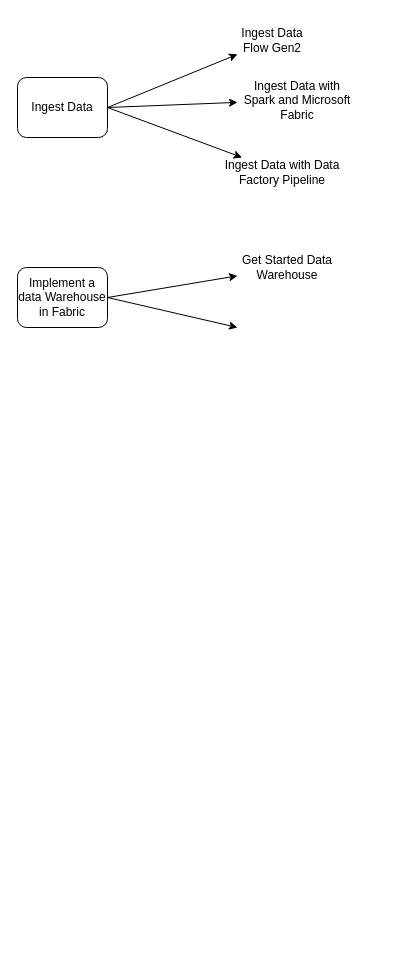
The draw.io diagram page "Microsoft Fabric Exam Flow" (5 of 19) of Microsoft Fabric.drawio in MiftahRizky/miftahr, before the edit. Source tidied: cells renumbered, new cells numbered last; positions are measured from the earlier drawing's top-left corner, leaving out a move shared by most shapes. Both pictures are drawn from the tidied source at 100%, with x=0, y=0 at pixel (17, 17).
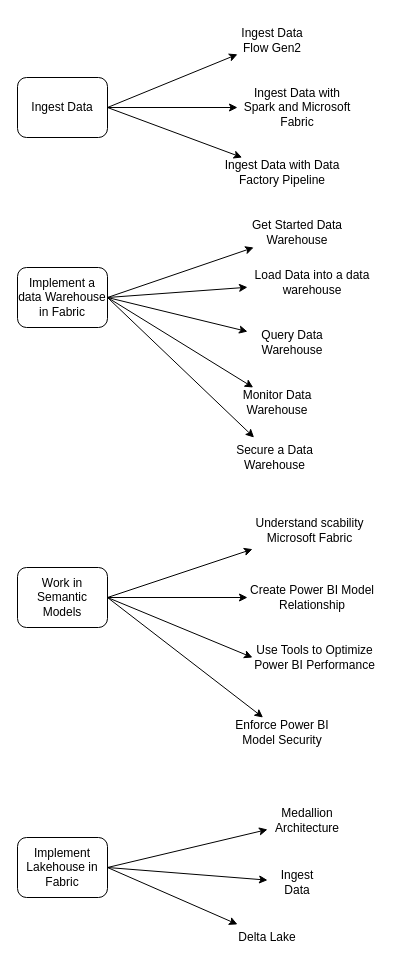
The same page after the edit.

The change refers to these unchanged cells:
```xml
<mxCell id="9" value="Implement a data Warehouse in Fabric" style="rounded=1;whiteSpace=wrap;html=1;" parent="1" vertex="1">
  <mxGeometry y="250" width="90" height="60" as="geometry" />
</mxCell>
```

Change to the diagram source:
```diff
@@
     <mxCell id="6" value="Ingest Data with Spark and Microsoft Fabric" style="text;html=1;align=center;verticalAlign=middle;whiteSpace=wrap;rounded=0;" parent="1" vertex="1">
-      <mxGeometry x="220" y="60" width="120" height="45" as="geometry" />
+      <mxGeometry x="220" y="67.5" width="120" height="45" as="geometry" />
     </mxCell>
@@
     <mxCell id="11" value="Get Started Data Warehouse" style="text;html=1;align=center;verticalAlign=middle;whiteSpace=wrap;rounded=0;" parent="1" vertex="1">
-      <mxGeometry x="220" y="235" width="100" height="30" as="geometry" />
+      <mxGeometry x="230" y="200" width="100" height="30" as="geometry" />
     </mxCell>
-    <mxCell id="12" style="endArrow=classic;html=1;rounded=0;exitX=1;exitY=0.5;exitDx=0;exitDy=0;" parent="1" edge="1" source="9">
-      <mxGeometry relative="1" as="geometry">
-        <mxPoint x="220" y="310" as="targetPoint" />
-      </mxGeometry>
+    <mxCell id="12" style="endArrow=classic;html=1;rounded=0;exitX=1;exitY=0.5;exitDx=0;exitDy=0;" parent="1" edge="1" source="9" target="13">
+      <mxGeometry relative="1" as="geometry" />
     </mxCell>
+    <mxCell id="13" value="Load Data into a data warehouse" style="text;html=1;align=center;verticalAlign=middle;whiteSpace=wrap;rounded=0;" parent="1" vertex="1">
+      <mxGeometry x="230" y="250" width="130" height="30" as="geometry" />
+    </mxCell>
+    <mxCell id="14" style="endArrow=classic;html=1;rounded=0;exitX=1;exitY=0.5;exitDx=0;exitDy=0;" parent="1" edge="1" source="9" target="15">
+      <mxGeometry relative="1" as="geometry" />
+    </mxCell>
+    <mxCell id="15" value="Query Data Warehouse" style="text;html=1;align=center;verticalAlign=middle;whiteSpace=wrap;rounded=0;" parent="1" vertex="1">
+      <mxGeometry x="230" y="310" width="90" height="30" as="geometry" />
+    </mxCell>
+    <mxCell id="16" style="endArrow=classic;html=1;rounded=0;exitX=1;exitY=0.5;exitDx=0;exitDy=0;" parent="1" edge="1" source="9" target="17">
+      <mxGeometry relative="1" as="geometry" />
+    </mxCell>
+    <mxCell id="17" value="Monitor Data Warehouse" style="text;html=1;align=center;verticalAlign=middle;whiteSpace=wrap;rounded=0;" parent="1" vertex="1">
+      <mxGeometry x="210" y="370" width="100" height="30" as="geometry" />
+    </mxCell>
+    <mxCell id="18" style="endArrow=classic;html=1;rounded=0;exitX=1;exitY=0.5;exitDx=0;exitDy=0;" parent="1" edge="1" source="9" target="19">
+      <mxGeometry relative="1" as="geometry" />
+    </mxCell>
+    <mxCell id="19" value="Secure a Data Warehouse" style="text;html=1;align=center;verticalAlign=middle;whiteSpace=wrap;rounded=0;" parent="1" vertex="1">
+      <mxGeometry x="215" y="420" width="85" height="40" as="geometry" />
+    </mxCell>
+    <mxCell id="20" value="Work in Semantic Models" style="rounded=1;whiteSpace=wrap;html=1;" parent="1" vertex="1">
+      <mxGeometry y="550" width="90" height="60" as="geometry" />
+    </mxCell>
+    <mxCell id="21" style="endArrow=classic;html=1;rounded=0;exitX=1;exitY=0.5;exitDx=0;exitDy=0;" parent="1" edge="1" source="20" target="22">
+      <mxGeometry relative="1" as="geometry" />
+    </mxCell>
+    <mxCell id="22" value="Understand scability Microsoft Fabric" style="text;html=1;align=center;verticalAlign=middle;whiteSpace=wrap;rounded=0;" parent="1" vertex="1">
+      <mxGeometry x="235" y="480" width="115" height="65" as="geometry" />
+    </mxCell>
+    <mxCell id="23" style="endArrow=classic;html=1;rounded=0;exitX=1;exitY=0.5;exitDx=0;exitDy=0;" parent="1" edge="1" source="20" target="24">
+      <mxGeometry relative="1" as="geometry" />
+    </mxCell>
+    <mxCell id="24" value="Create Power BI Model Relationship" style="text;html=1;align=center;verticalAlign=middle;whiteSpace=wrap;rounded=0;" parent="1" vertex="1">
+      <mxGeometry x="230" y="557.5" width="130" height="45" as="geometry" />
+    </mxCell>
+    <mxCell id="25" style="endArrow=classic;html=1;rounded=0;exitX=1;exitY=0.5;exitDx=0;exitDy=0;entryX=0;entryY=0.5;entryDx=0;entryDy=0;" parent="1" edge="1" source="20" target="26">
+      <mxGeometry relative="1" as="geometry" />
+    </mxCell>
+    <mxCell id="26" value="Use Tools to Optimize Power BI Performance" style="text;html=1;align=center;verticalAlign=middle;whiteSpace=wrap;rounded=0;" parent="1" vertex="1">
+      <mxGeometry x="235" y="620" width="125" height="40" as="geometry" />
+    </mxCell>
+    <mxCell id="27" style="endArrow=classic;html=1;rounded=0;exitX=1;exitY=0.5;exitDx=0;exitDy=0;" parent="1" edge="1" source="20" target="28">
+      <mxGeometry relative="1" as="geometry" />
+    </mxCell>
+    <mxCell id="28" value="Enforce Power BI Model Security" style="text;html=1;align=center;verticalAlign=middle;whiteSpace=wrap;rounded=0;" parent="1" vertex="1">
+      <mxGeometry x="205" y="700" width="120" height="30" as="geometry" />
+    </mxCell>
+    <mxCell id="29" value="Implement Lakehouse in Fabric" style="rounded=1;whiteSpace=wrap;html=1;" parent="1" vertex="1">
+      <mxGeometry y="820" width="90" height="60" as="geometry" />
+    </mxCell>
+    <mxCell id="30" style="endArrow=classic;html=1;rounded=0;exitX=1;exitY=0.5;exitDx=0;exitDy=0;" parent="1" edge="1" source="29" target="31">
+      <mxGeometry relative="1" as="geometry" />
+    </mxCell>
+    <mxCell id="31" value="Medallion Architecture" style="text;html=1;align=center;verticalAlign=middle;whiteSpace=wrap;rounded=0;" parent="1" vertex="1">
+      <mxGeometry x="250" y="785" width="80" height="35" as="geometry" />
+    </mxCell>
+    <mxCell id="32" style="endArrow=classic;html=1;rounded=0;exitX=1;exitY=0.5;exitDx=0;exitDy=0;" parent="1" edge="1" source="29" target="33">
+      <mxGeometry relative="1" as="geometry" />
+    </mxCell>
+    <mxCell id="33" value="Ingest Data" style="text;html=1;align=center;verticalAlign=middle;whiteSpace=wrap;rounded=0;" parent="1" vertex="1">
+      <mxGeometry x="250" y="850" width="60" height="30" as="geometry" />
+    </mxCell>
+    <mxCell id="34" style="endArrow=classic;html=1;rounded=0;exitX=1;exitY=0.5;exitDx=0;exitDy=0;" parent="1" edge="1" source="29" target="35">
+      <mxGeometry relative="1" as="geometry" />
+    </mxCell>
+    <mxCell id="35" value="Delta Lake" style="text;html=1;align=center;verticalAlign=middle;whiteSpace=wrap;rounded=0;" parent="1" vertex="1">
+      <mxGeometry x="220" y="905" width="60" height="30" as="geometry" />
+    </mxCell>
```
